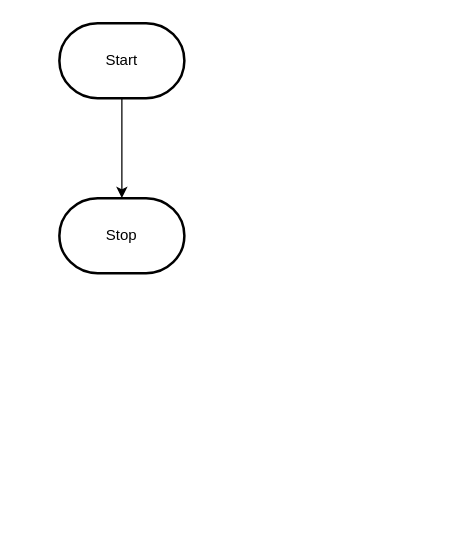
Above: design/flowchart.drawio in MTHS-ICD2O-1-2023/ICD2O-Unit-3-02-manya-feng (draw.io), before the change. Source tidied: cells renumbered, new cells numbered last; positions are measured from the earlier drawing's top-left corner, leaving out a move shared by most shapes. Both pictures are drawn from the tidied source at 125%, with x=0, y=0 at pixel (59, 22).
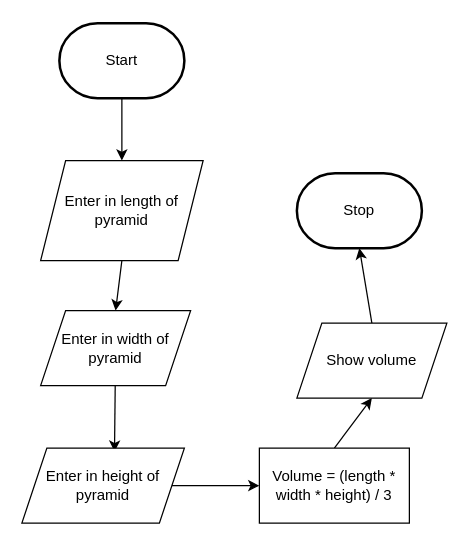
After the change.

Diff of the diagram source:
```diff
@@
 <mxGraphModel>
   <root>
     <mxCell id="0" />
     <mxCell id="1" parent="0" />
-    <mxCell id="2" style="edgeStyle=orthogonalEdgeStyle;html=1;rounded=0;" parent="1" edge="1" source="3" target="4">
-      <mxGeometry relative="1" as="geometry" />
-    </mxCell>
+    <mxCell id="5" style="edgeStyle=none;html=1;exitX=0.5;exitY=1;exitDx=0;exitDy=0;exitPerimeter=0;" parent="1" edge="1" source="3" target="2">
+      <mxGeometry relative="1" as="geometry" />
+    </mxCell>
     <mxCell id="3" value="Start" style="strokeWidth=2;html=1;shape=mxgraph.flowchart.terminator;whiteSpace=wrap;" parent="1" vertex="1">
       <mxGeometry width="100" height="60" as="geometry" />
     </mxCell>
     <mxCell id="4" value="Stop" style="strokeWidth=2;html=1;shape=mxgraph.flowchart.terminator;whiteSpace=wrap;" parent="1" vertex="1">
-      <mxGeometry y="140" width="100" height="60" as="geometry" />
+      <mxGeometry x="190" y="120" width="100" height="60" as="geometry" />
     </mxCell>
+    <mxCell id="6" style="edgeStyle=none;html=1;exitX=0.5;exitY=1;exitDx=0;exitDy=0;entryX=0.5;entryY=0;entryDx=0;entryDy=0;" parent="1" edge="1" source="2" target="8">
+      <mxGeometry relative="1" as="geometry" />
+    </mxCell>
+    <mxCell id="2" value="Enter in length of pyramid" style="shape=parallelogram;perimeter=parallelogramPerimeter;whiteSpace=wrap;html=1;fixedSize=1;" parent="1" vertex="1">
+      <mxGeometry x="-15" y="110" width="130" height="80" as="geometry" />
+    </mxCell>
+    <mxCell id="7" style="edgeStyle=none;html=1;entryX=0.57;entryY=0.048;entryDx=0;entryDy=0;entryPerimeter=0;" parent="1" edge="1" source="8" target="10">
+      <mxGeometry relative="1" as="geometry" />
+    </mxCell>
+    <mxCell id="8" value="Enter in width of pyramid" style="shape=parallelogram;perimeter=parallelogramPerimeter;whiteSpace=wrap;html=1;fixedSize=1;" parent="1" vertex="1">
+      <mxGeometry x="-15" y="230" width="120" height="60" as="geometry" />
+    </mxCell>
+    <mxCell id="9" style="edgeStyle=none;html=1;exitX=1;exitY=0.5;exitDx=0;exitDy=0;entryX=0;entryY=0.5;entryDx=0;entryDy=0;" parent="1" edge="1" source="10" target="12">
+      <mxGeometry relative="1" as="geometry" />
+    </mxCell>
+    <mxCell id="10" value="Enter in height of pyramid" style="shape=parallelogram;perimeter=parallelogramPerimeter;whiteSpace=wrap;html=1;fixedSize=1;" parent="1" vertex="1">
+      <mxGeometry x="-30" y="340" width="130" height="60" as="geometry" />
+    </mxCell>
+    <mxCell id="11" style="edgeStyle=none;html=1;exitX=0.5;exitY=0;exitDx=0;exitDy=0;entryX=0.5;entryY=1;entryDx=0;entryDy=0;" parent="1" edge="1" source="12" target="14">
+      <mxGeometry relative="1" as="geometry" />
+    </mxCell>
+    <mxCell id="12" value="Volume = (length * width * height) / 3" style="rounded=0;whiteSpace=wrap;html=1;" parent="1" vertex="1">
+      <mxGeometry x="160" y="340" width="120" height="60" as="geometry" />
+    </mxCell>
+    <mxCell id="13" style="edgeStyle=none;html=1;exitX=0.5;exitY=0;exitDx=0;exitDy=0;entryX=0.5;entryY=1;entryDx=0;entryDy=0;entryPerimeter=0;" parent="1" edge="1" source="14" target="4">
+      <mxGeometry relative="1" as="geometry" />
+    </mxCell>
+    <mxCell id="14" value="Show volume" style="shape=parallelogram;perimeter=parallelogramPerimeter;whiteSpace=wrap;html=1;fixedSize=1;" parent="1" vertex="1">
+      <mxGeometry x="190" y="240" width="120" height="60" as="geometry" />
+    </mxCell>
   </root>
 </mxGraphModel>
```
